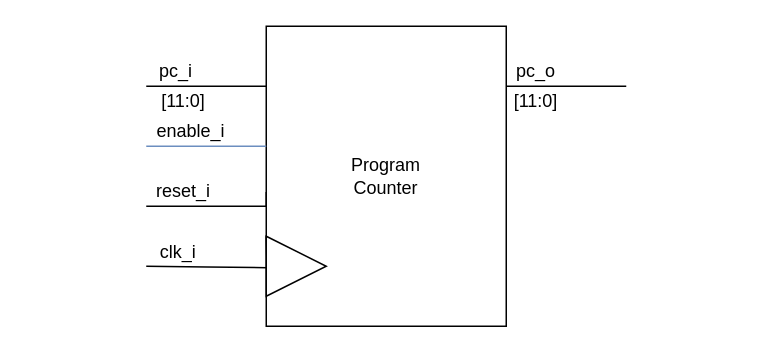
Before: Blockbeschreibungen/ProgramCounter_beschreibung.drawio in graefjk/RO2, a draw.io diagram. Source tidied: cells renumbered, new cells numbered last; positions are measured from the earlier drawing's top-left corner, leaving out a move shared by most shapes. Both pictures are drawn from the tidied source at 150%, with x=0, y=0 at pixel (26, 26).
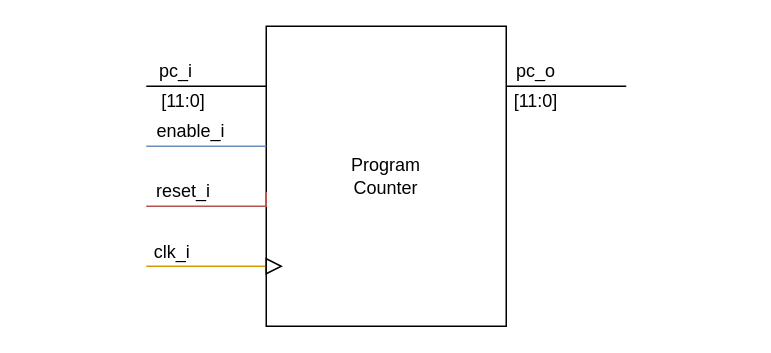
The same diagram, later.

Unchanged cells that the change refers to:
```xml
<mxCell id="2" value="Program&lt;br&gt;Counter" style="rounded=0;whiteSpace=wrap;html=1;" parent="1" vertex="1">
  <mxGeometry x="160" width="160" height="200" as="geometry" />
</mxCell>
```

What changed in the source:
```diff
@@
-    <mxCell id="9" style="edgeStyle=orthogonalEdgeStyle;rounded=0;orthogonalLoop=1;jettySize=auto;html=1;endArrow=none;endFill=0;" parent="1" edge="1">
+    <mxCell id="9" style="edgeStyle=orthogonalEdgeStyle;rounded=0;orthogonalLoop=1;jettySize=auto;html=1;endArrow=none;endFill=0;fillColor=#f8cecc;strokeColor=#b85450;" parent="1" edge="1">
       <mxGeometry relative="1" as="geometry">
         <mxPoint x="80" y="120" as="sourcePoint" />
         <mxPoint x="160" y="110.5" as="targetPoint" />
         <Array as="points">
           <mxPoint x="160" y="120" />
         </Array>
       </mxGeometry>
     </mxCell>
@@
-    <mxCell id="11" style="edgeStyle=orthogonalEdgeStyle;rounded=0;orthogonalLoop=1;jettySize=auto;html=1;endArrow=none;endFill=0;" parent="1" edge="1">
+    <mxCell id="11" style="edgeStyle=orthogonalEdgeStyle;rounded=0;jettySize=auto;html=1;endArrow=none;endFill=0;fillColor=#ffe6cc;strokeColor=#d79b00;" parent="1" edge="1" target="2">
       <mxGeometry relative="1" as="geometry">
         <mxPoint x="80" y="160" as="sourcePoint" />
-        <mxPoint x="160" y="140" as="targetPoint" />
+        <Array as="points">
+          <mxPoint x="140" y="160" />
+          <mxPoint x="140" y="160" />
+        </Array>
       </mxGeometry>
     </mxCell>
@@
     <mxCell id="16" style="triangle;whiteSpace=wrap;html=1;" parent="1" vertex="1">
-      <mxGeometry x="160" y="140" width="40" height="40" as="geometry" />
+      <mxGeometry x="160" y="155" width="10" height="10" as="geometry" />
     </mxCell>
```
